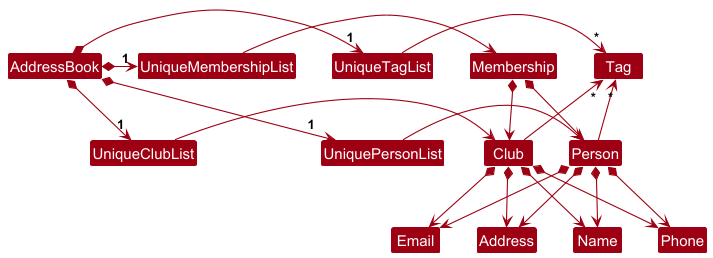
Before: docs/images/BetterModelClassDiagram.png, a diagram exported from PlantUML (krxm107/tp). Source of this version:
```plantuml
@startuml
!include style.puml
skinparam arrowThickness 1.1
skinparam arrowColor MODEL_COLOR
skinparam classBackgroundColor MODEL_COLOR

AddressBook *-right-> "1" UniquePersonList
AddressBook *-right-> "1" UniqueClubList
AddressBook *-right-> "1" UniqueMembershipList
AddressBook *-right-> "1" UniqueTagList
UniqueTagList -[hidden]down- UniquePersonList
UniqueTagList -[hidden]down- UniquePersonList

UniqueTagList -right-> "*" Tag
UniquePersonList -right-> Person
UniqueClubList -right-> Club
UniqueMembershipList -right-> Membership

Person -up-> "*" Tag

Person *--> Name
Person *--> Phone
Person *--> Email
Person *--> Address

Club -up-> "*" Tag

Club *--> Name
Club *--> Phone
Club *--> Email
Club *--> Address

Membership *--> Person
Membership *--> Club
@enduml
```
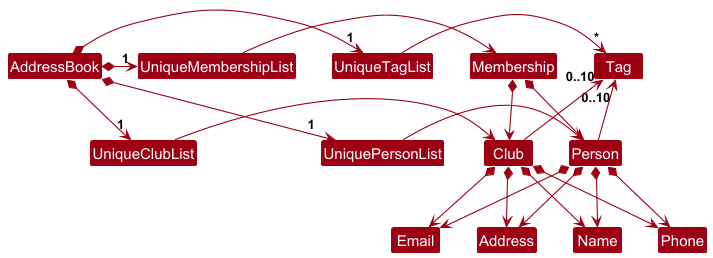
Later version of the same file.

Commit message:
Update Model and BetterModel diagrams

Change to the diagram source:
```diff
@@ -16,14 +16,14 @@
 UniqueClubList -right-> Club
 UniqueMembershipList -right-> Membership
 
-Person -up-> "*" Tag
+Person -up-> "0..10" Tag
 
 Person *--> Name
 Person *--> Phone
 Person *--> Email
 Person *--> Address
 
-Club -up-> "*" Tag
+Club -up-> "0..10" Tag
 
 Club *--> Name
 Club *--> Phone
```
